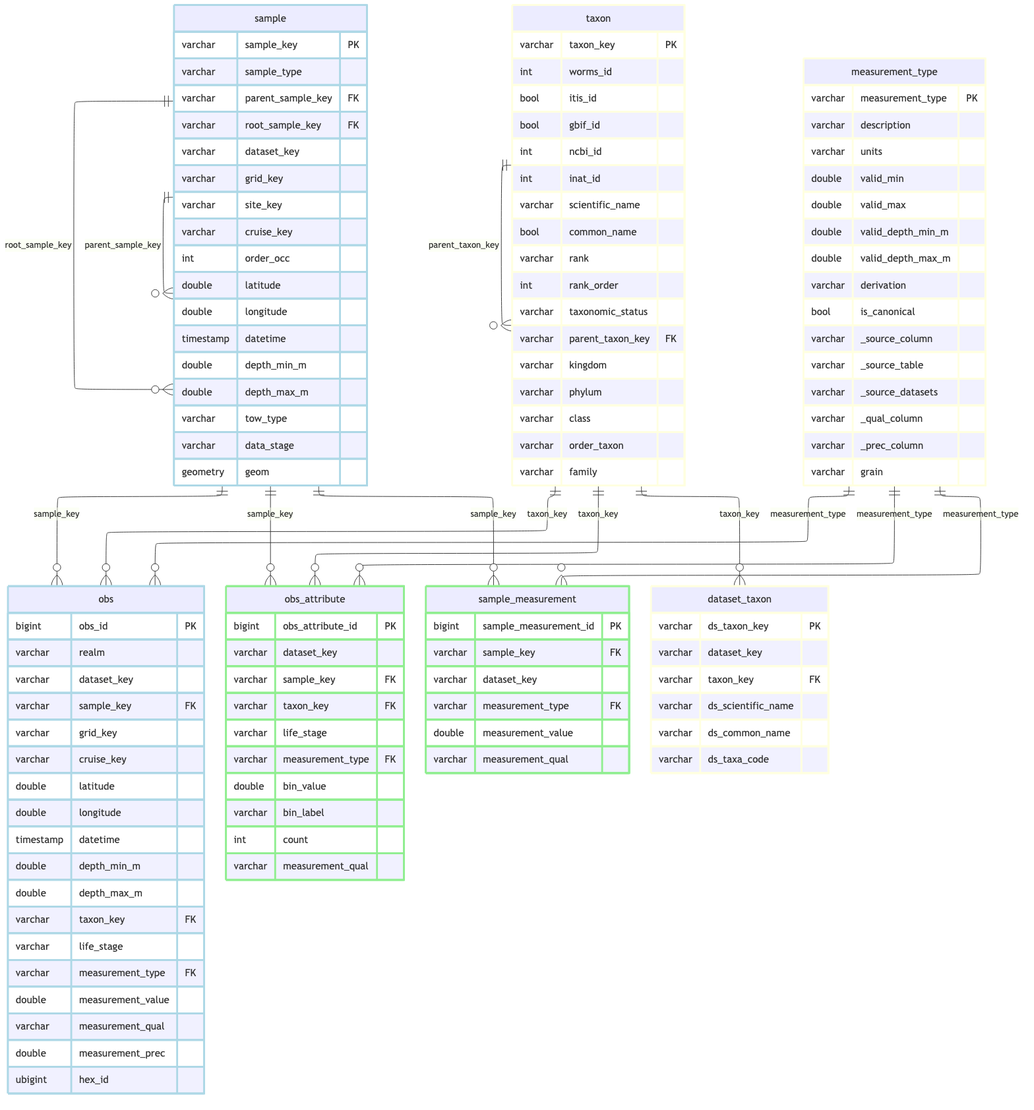
Earlier version of the Mermaid export _output/ingest_cdfw_dungeness-crab_files/figure-html/schema-core-1.png (CalCOFI/workflows). Its source is kept beside it as _output/ingest_cdfw_dungeness-crab_files/figure-html/schema-core-1.mmd.
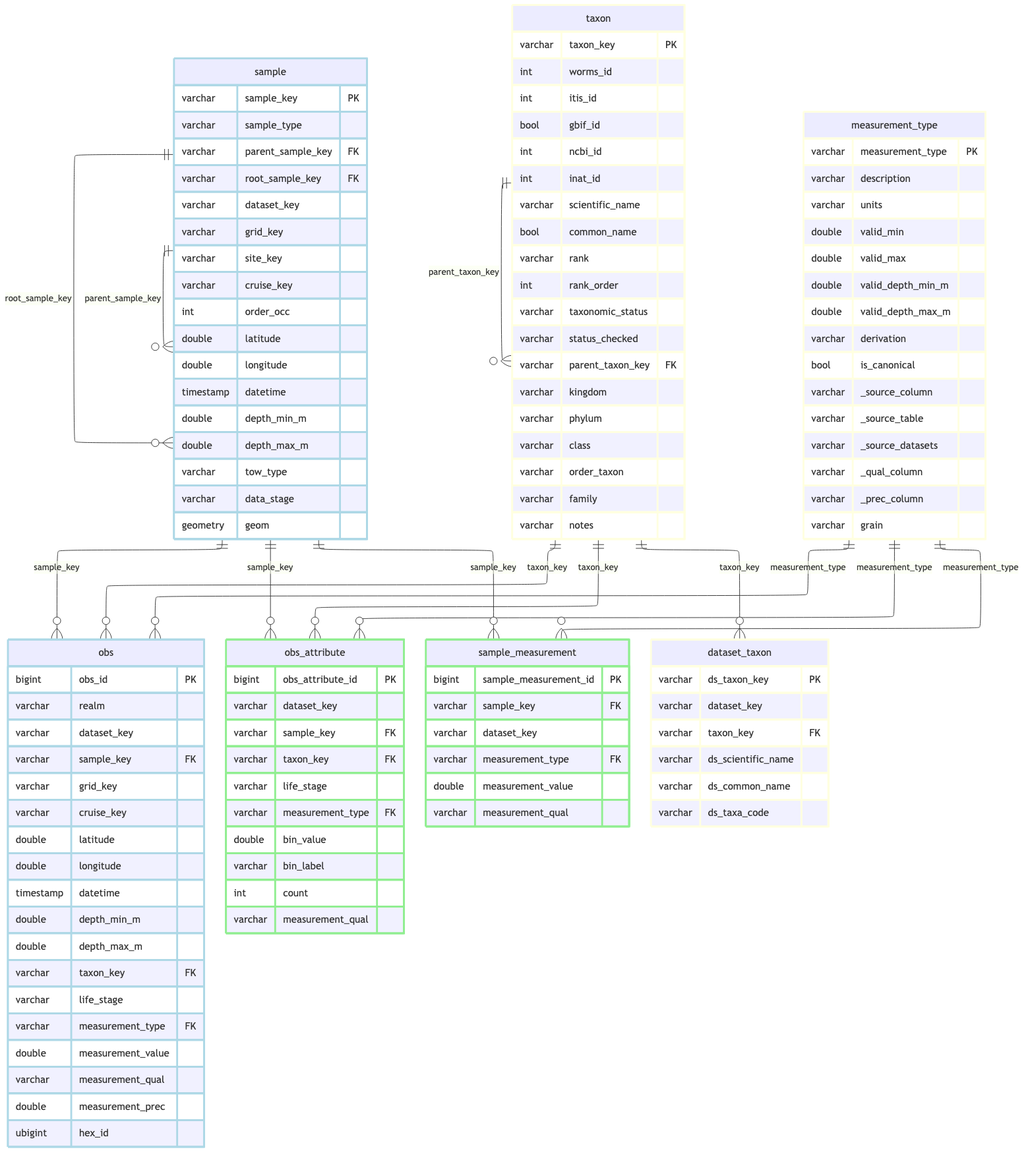
Later version of the same file.

What changed in the source:
```diff
@@ -65,7 +65,7 @@
     taxon {
         varchar taxon_key PK
         int worms_id
-        bool itis_id
+        int itis_id
         bool gbif_id
         int ncbi_id
         int inat_id
@@ -74,12 +74,14 @@
         varchar rank
         int rank_order
         varchar taxonomic_status
+        varchar status_checked
         varchar parent_taxon_key FK
         varchar kingdom
         varchar phylum
         varchar class
         varchar order_taxon
         varchar family
+        varchar notes
     }
     dataset_taxon {
         varchar ds_taxon_key PK
```
